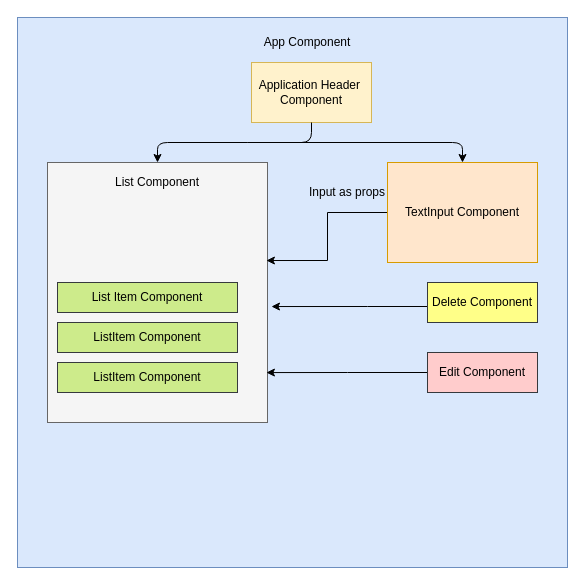
Before: page "Page-1" (1 of 2) of Untitled Diagram.drawio in Harshvardhanvipat/todo-app, a draw.io diagram. Source tidied: cells renumbered, new cells numbered last; positions are measured from the earlier drawing's top-left corner, leaving out a move shared by most shapes. Both pictures are drawn from the tidied source at 100%, with x=0, y=0 at pixel (17, 17).
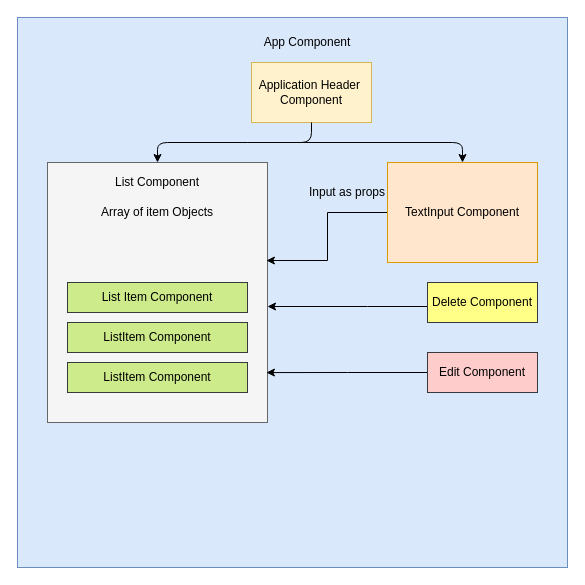
The same page after the edit.

The change refers to these unchanged cells:
```xml
<mxCell id="4" style="rounded=0;whiteSpace=wrap;html=1;fillColor=#f5f5f5;strokeColor=#666666;fontColor=#333333;" parent="1" vertex="1">
  <mxGeometry x="30" y="145" width="220" height="260" as="geometry" />
</mxCell>
<mxCell id="17" value="Delete Component" style="rounded=0;whiteSpace=wrap;html=1;fillColor=#ffff88;strokeColor=#36393d;" parent="1" vertex="1">
  <mxGeometry x="410" y="265" width="110" height="40" as="geometry" />
</mxCell>
```

Change to the diagram source:
```diff
@@
     <mxCell id="7" value="ListItem Component" style="rounded=0;whiteSpace=wrap;html=1;fillColor=#cdeb8b;strokeColor=#36393d;" parent="1" vertex="1">
-      <mxGeometry x="40" y="345" width="180" height="30" as="geometry" />
+      <mxGeometry x="50" y="345" width="180" height="30" as="geometry" />
     </mxCell>
     <mxCell id="8" value="ListItem Component" style="rounded=0;whiteSpace=wrap;html=1;fillColor=#cdeb8b;strokeColor=#36393d;" parent="1" vertex="1">
-      <mxGeometry x="40" y="305" width="180" height="30" as="geometry" />
+      <mxGeometry x="50" y="305" width="180" height="30" as="geometry" />
     </mxCell>
     <mxCell id="9" value="List Item Component" style="rounded=0;whiteSpace=wrap;html=1;fillColor=#cdeb8b;strokeColor=#36393d;" parent="1" vertex="1">
-      <mxGeometry x="40" y="265" width="180" height="30" as="geometry" />
+      <mxGeometry x="50" y="265" width="180" height="30" as="geometry" />
     </mxCell>
@@
-    <mxCell id="16" style="edgeStyle=orthogonalEdgeStyle;rounded=0;jettySize=auto;html=1;entryX=1.018;entryY=0.554;entryDx=0;entryDy=0;entryPerimeter=0;" parent="1" edge="1" source="17" target="4">
+    <mxCell id="16" style="edgeStyle=orthogonalEdgeStyle;rounded=0;jettySize=auto;html=1;" parent="1" edge="1" source="17">
       <mxGeometry relative="1" as="geometry">
+        <mxPoint x="250" y="289" as="targetPoint" />
         <Array as="points">
           <mxPoint x="350" y="289" />
           <mxPoint x="350" y="289" />
         </Array>
       </mxGeometry>
     </mxCell>
@@
+    <mxCell id="20" value="Array of item Objects" style="text;html=1;strokeColor=none;fillColor=none;align=center;verticalAlign=middle;whiteSpace=wrap;rounded=0;" parent="1" vertex="1">
+      <mxGeometry x="60" y="185" width="160" height="20" as="geometry" />
+    </mxCell>
```
